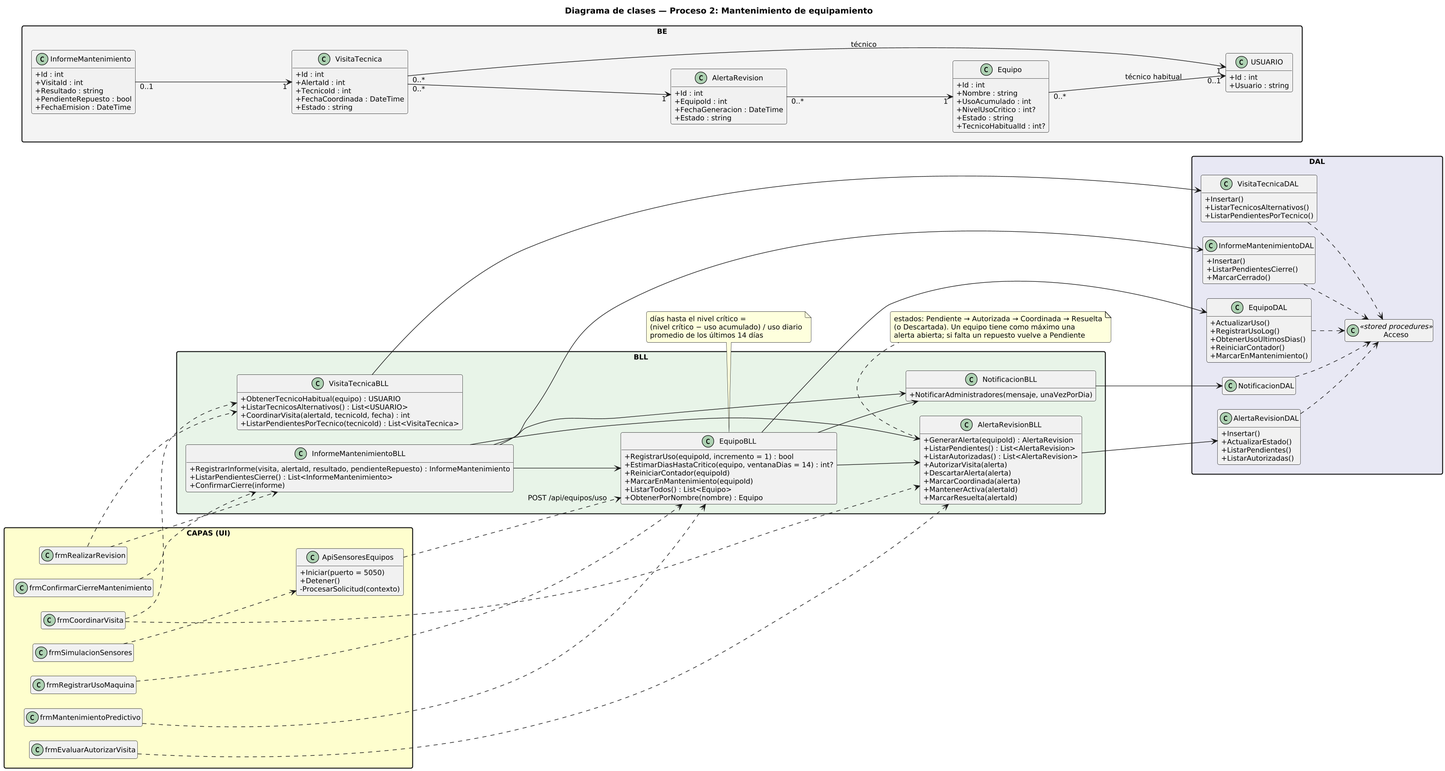
Before: DIAGRAMAS/DiagramaClases_Proceso2_Mantenimiento.png, a diagram exported from PlantUML (Urrels/ingenieria_software).
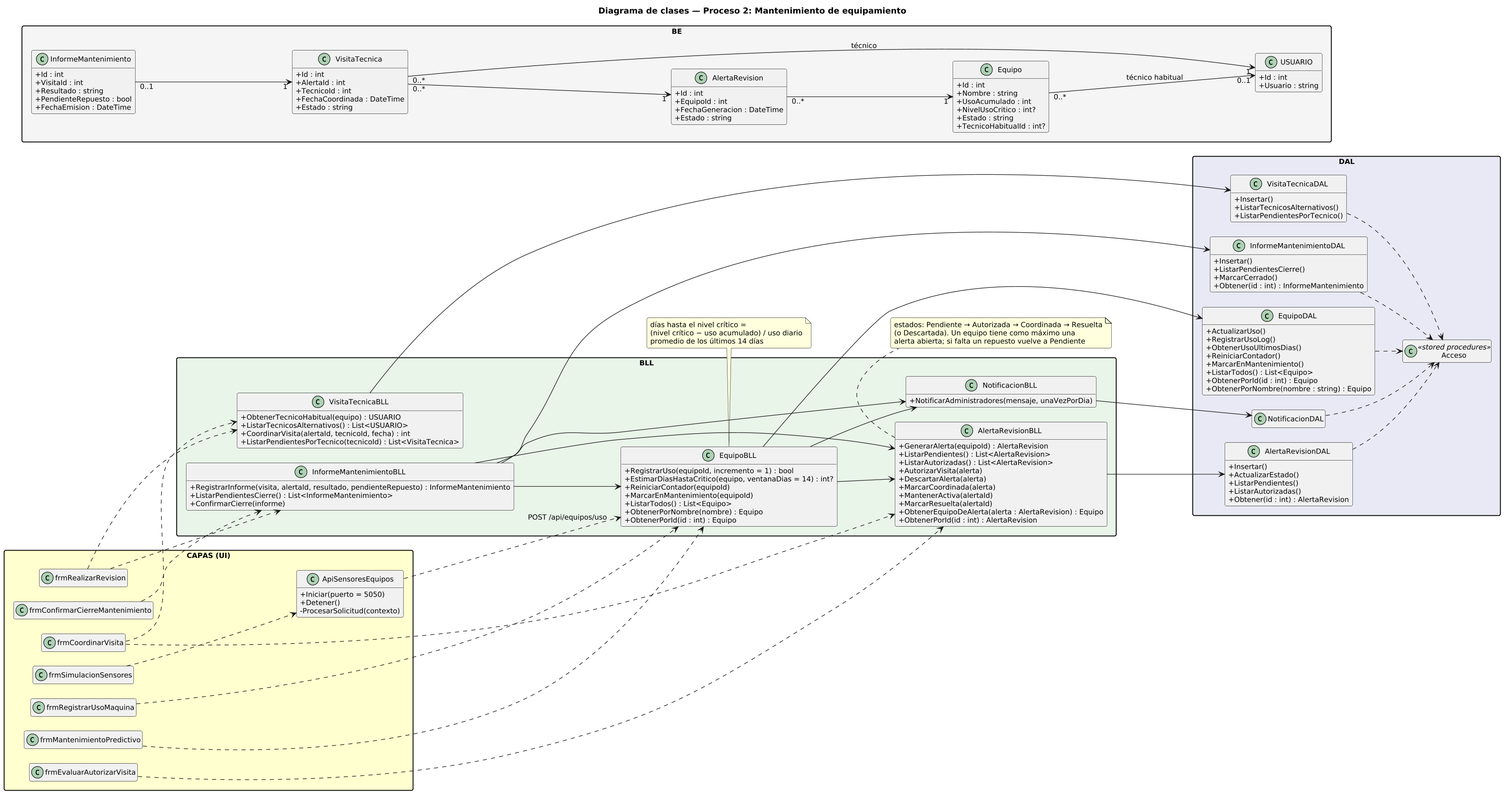
Later version of the same file.

What changed in the source:
```diff
@@ -36,6 +36,7 @@
     + MarcarEnMantenimiento(equipoId)
     + ListarTodos() : List<Equipo>
     + ObtenerPorNombre(nombre) : Equipo
+    + ObtenerPorId(id : int) : Equipo
   }
   class AlertaRevisionBLL {
     + GenerarAlerta(equipoId) : AlertaRevision
@@ -46,6 +47,8 @@
     + MarcarCoordinada(alerta)
     + MantenerActiva(alertaId)
     + MarcarResuelta(alertaId)
+    + ObtenerEquipoDeAlerta(alerta : AlertaRevision) : Equipo
+    + ObtenerPorId(id : int) : AlertaRevision
   }
   class VisitaTecnicaBLL {
     + ObtenerTecnicoHabitual(equipo) : USUARIO
@@ -70,12 +73,16 @@
     + ObtenerUsoUltimosDias()
     + ReiniciarContador()
     + MarcarEnMantenimiento()
+    + ListarTodos() : List<Equipo>
+    + ObtenerPorId(id : int) : Equipo
+    + ObtenerPorNombre(nombre : string) : Equipo
   }
   class AlertaRevisionDAL {
     + Insertar()
     + ActualizarEstado()
     + ListarPendientes()
     + ListarAutorizadas()
+    + Obtener(id : int) : AlertaRevision
   }
   class VisitaTecnicaDAL {
     + Insertar()
@@ -86,6 +93,7 @@
     + Insertar()
     + ListarPendientesCierre()
     + MarcarCerrado()
+    + Obtener(id : int) : InformeMantenimiento
   }
   class NotificacionDAL
   class Acceso <<stored procedures>>
```
